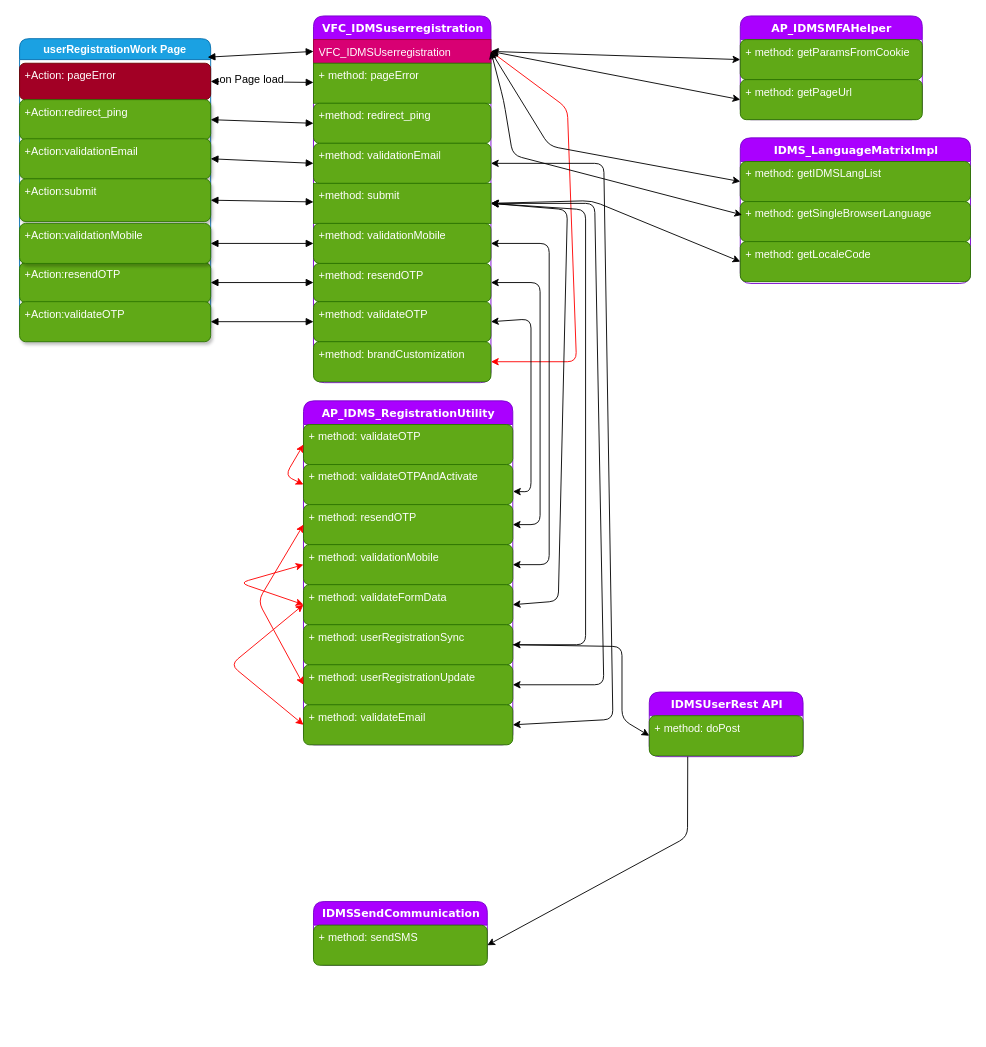
This is Registration Diagram B2B - Mobile.drawio from anoopijt/IDMS-Diagrams, a draw.io file, before an edit. Source tidied: cells renumbered, new cells numbered last; positions are measured from the earlier drawing's top-left corner, leaving out a move shared by most shapes. Both pictures are drawn from the tidied source at 91%, with x=0, y=0 at pixel (19, 15).
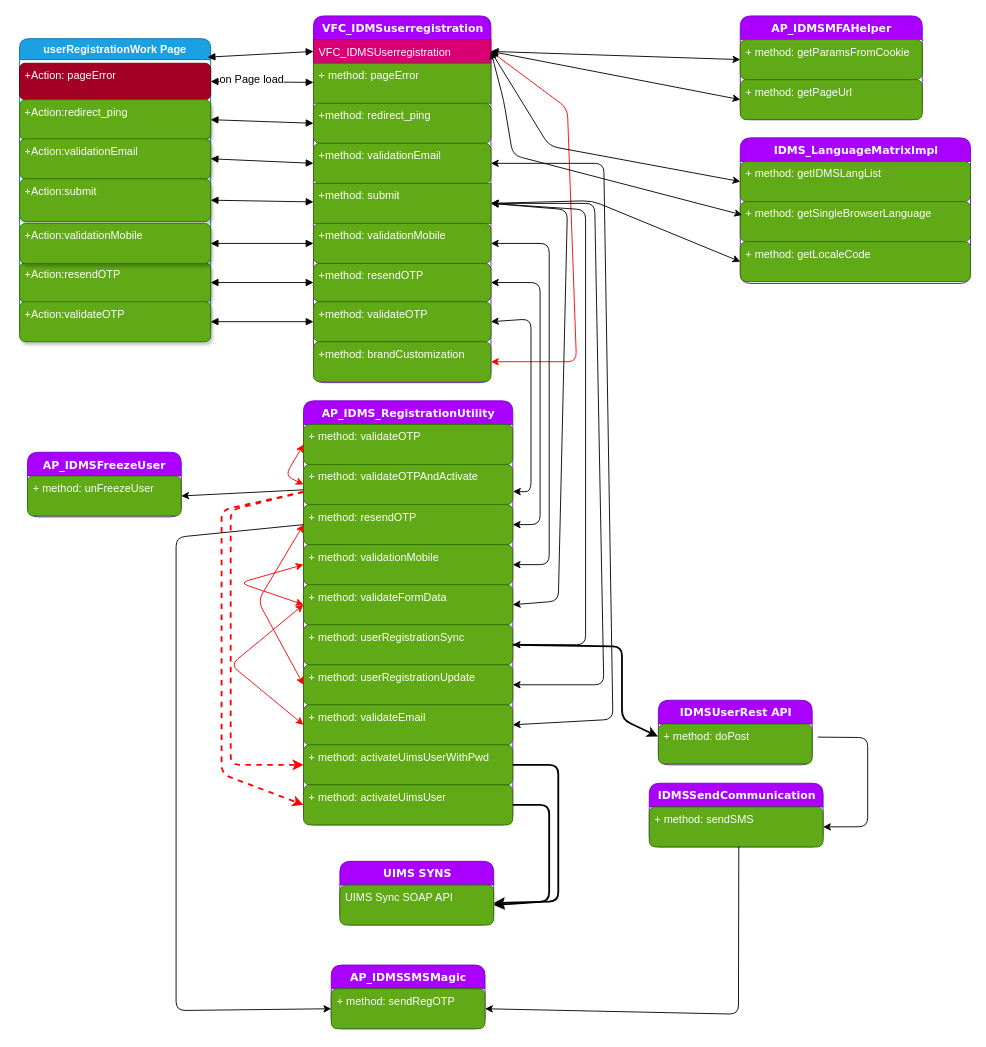
The same diagram, later.

Unchanged cells that the change refers to:
```xml
<mxCell id="41" value="+ method: validateOTPAndActivate" style="text;html=1;strokeColor=#2D7600;fillColor=#60a917;align=left;verticalAlign=top;spacingLeft=4;spacingRight=4;whiteSpace=wrap;overflow=hidden;points=[[0,0.5],[1,0.5]];portConstraint=eastwest;shadow=0;comic=0;fontColor=#ffffff;rounded=1;" parent="39" vertex="1">
  <mxGeometry y="70" width="230" height="44" as="geometry" />
</mxCell>
<mxCell id="42" value="+ method: resendOTP" style="text;html=1;strokeColor=#2D7600;fillColor=#60a917;align=left;verticalAlign=top;spacingLeft=4;spacingRight=4;whiteSpace=wrap;overflow=hidden;points=[[0,0.5],[1,0.5]];portConstraint=eastwest;shadow=0;comic=0;fontColor=#ffffff;rounded=1;" parent="39" vertex="1">
  <mxGeometry y="114" width="230" height="44" as="geometry" />
</mxCell>
<mxCell id="46" value="+ method: userRegistrationSync" style="text;html=1;strokeColor=#2D7600;fillColor=#60a917;align=left;verticalAlign=top;spacingLeft=4;spacingRight=4;whiteSpace=wrap;overflow=hidden;points=[[0,0.5],[1,0.5]];portConstraint=eastwest;shadow=0;comic=0;fontColor=#ffffff;rounded=1;" parent="39" vertex="1">
  <mxGeometry y="246" width="230" height="44" as="geometry" />
</mxCell>
<mxCell id="58" value="+ method: sendSMS" style="text;html=1;strokeColor=#2D7600;fillColor=#60a917;align=left;verticalAlign=top;spacingLeft=4;spacingRight=4;whiteSpace=wrap;overflow=hidden;points=[[0,0.5],[1,0.5]];portConstraint=eastwest;shadow=0;comic=0;fontColor=#ffffff;rounded=1;" parent="57" vertex="1">
  <mxGeometry y="26" width="191" height="44" as="geometry" />
</mxCell>
```

Change to the diagram source:
```diff
@@
     <mxCell id="39" value="AP_IDMS_RegistrationUtility" style="swimlane;html=1;fontStyle=1;align=center;verticalAlign=top;horizontal=1;startSize=26;swimlaneFillColor=#ffffff;rounded=1;shadow=0;comic=0;labelBackgroundColor=none;strokeColor=#7700CC;strokeWidth=1;fillColor=#aa00ff;fontFamily=Verdana;fontSize=12;fontColor=#ffffff;" parent="1" vertex="1">
-      <mxGeometry x="312" y="423" width="230" height="378" as="geometry" />
+      <mxGeometry x="312" y="423" width="230" height="466" as="geometry" />
     </mxCell>
@@
+    <mxCell id="69" value="+ method: activateUimsUserWithPwd" style="text;html=1;strokeColor=#2D7600;fillColor=#60a917;align=left;verticalAlign=top;spacingLeft=4;spacingRight=4;whiteSpace=wrap;overflow=hidden;points=[[0,0.5],[1,0.5]];portConstraint=eastwest;shadow=0;comic=0;fontColor=#ffffff;rounded=1;" parent="39" vertex="1">
+      <mxGeometry y="378" width="230" height="44" as="geometry" />
+    </mxCell>
+    <mxCell id="70" value="+ method: activateUimsUser" style="text;html=1;strokeColor=#2D7600;fillColor=#60a917;align=left;verticalAlign=top;spacingLeft=4;spacingRight=4;whiteSpace=wrap;overflow=hidden;points=[[0,0.5],[1,0.5]];portConstraint=eastwest;shadow=0;comic=0;fontColor=#ffffff;rounded=1;" parent="39" vertex="1">
+      <mxGeometry y="422" width="230" height="44" as="geometry" />
+    </mxCell>
@@
-    <mxCell id="55" value="IDMSUserRest API" style="swimlane;html=1;fontStyle=1;align=center;verticalAlign=top;horizontal=1;startSize=26;swimlaneFillColor=#ffffff;rounded=1;shadow=0;comic=0;labelBackgroundColor=none;strokeColor=#7700CC;strokeWidth=1;fillColor=#aa00ff;fontFamily=Verdana;fontSize=12;fontColor=#ffffff;" parent="1" vertex="1">
-      <mxGeometry x="692" y="743" width="169" height="71" as="geometry" />
+    <mxCell id="55" value="AP_IDMSFreezeUser" style="swimlane;html=1;fontStyle=1;align=center;verticalAlign=top;horizontal=1;startSize=26;swimlaneFillColor=#ffffff;rounded=1;shadow=0;comic=0;labelBackgroundColor=none;strokeColor=#7700CC;strokeWidth=1;fillColor=#aa00ff;fontFamily=Verdana;fontSize=12;fontColor=#ffffff;" parent="1" vertex="1">
+      <mxGeometry x="8.7" y="479.5" width="169" height="71" as="geometry" />
     </mxCell>
-    <mxCell id="56" value="+ method: doPost" style="text;html=1;strokeColor=#2D7600;fillColor=#60a917;align=left;verticalAlign=top;spacingLeft=4;spacingRight=4;whiteSpace=wrap;overflow=hidden;points=[[0,0.5],[1,0.5]];portConstraint=eastwest;shadow=0;comic=0;fontColor=#ffffff;rounded=1;" parent="55" vertex="1">
+    <mxCell id="56" value="+ method: unFreezeUser" style="text;html=1;strokeColor=#2D7600;fillColor=#60a917;align=left;verticalAlign=top;spacingLeft=4;spacingRight=4;whiteSpace=wrap;overflow=hidden;points=[[0,0.5],[1,0.5]];portConstraint=eastwest;shadow=0;comic=0;fontColor=#ffffff;rounded=1;" parent="55" vertex="1">
       <mxGeometry y="26" width="169" height="44" as="geometry" />
     </mxCell>
     <mxCell id="57" value="IDMSSendCommunication" style="swimlane;html=1;fontStyle=1;align=center;verticalAlign=top;horizontal=1;startSize=26;swimlaneFillColor=#ffffff;rounded=1;shadow=0;comic=0;labelBackgroundColor=none;strokeColor=#7700CC;strokeWidth=1;fillColor=#aa00ff;fontFamily=Verdana;fontSize=12;fontColor=#ffffff;" parent="1" vertex="1">
-      <mxGeometry x="323" y="973.2" width="191" height="70" as="geometry" />
+      <mxGeometry x="692" y="843.2" width="191" height="70" as="geometry" />
     </mxCell>
@@
-    <mxCell id="62" style="endArrow=classic;html=1;exitX=0.25;exitY=1;exitDx=0;exitDy=0;entryX=1;entryY=0.5;entryDx=0;entryDy=0;" parent="1" edge="1" source="55" target="58">
+    <mxCell id="62" style="endArrow=classic;html=1;exitX=1.036;exitY=0.33;exitDx=0;exitDy=0;entryX=1;entryY=0.5;entryDx=0;entryDy=0;strokeWidth=1;exitPerimeter=0;" parent="1" edge="1" source="72" target="58">
       <mxGeometry relative="1" as="geometry">
         <Array as="points">
-          <mxPoint x="734" y="902" />
+          <mxPoint x="932" y="793" />
+          <mxPoint x="932" y="891" />
         </Array>
       </mxGeometry>
     </mxCell>
@@
-    <mxCell id="68" style="endArrow=classic;html=1;exitX=1;exitY=0.5;exitDx=0;exitDy=0;entryX=0;entryY=0.5;entryDx=0;entryDy=0;" parent="1" edge="1" source="46" target="56">
+    <mxCell id="68" style="endArrow=classic;html=1;exitX=1;exitY=0.5;exitDx=0;exitDy=0;entryX=-0.003;entryY=0.313;entryDx=0;entryDy=0;strokeWidth=2;entryPerimeter=0;" parent="1" edge="1" source="46" target="72">
       <mxGeometry relative="1" as="geometry">
         <Array as="points">
           <mxPoint x="662" y="693" />
           <mxPoint x="662" y="773" />
         </Array>
       </mxGeometry>
     </mxCell>
+    <mxCell id="71" value="IDMSUserRest API" style="swimlane;html=1;fontStyle=1;align=center;verticalAlign=top;horizontal=1;startSize=26;swimlaneFillColor=#ffffff;rounded=1;shadow=0;comic=0;labelBackgroundColor=none;strokeColor=#7700CC;strokeWidth=1;fillColor=#aa00ff;fontFamily=Verdana;fontSize=12;fontColor=#ffffff;" parent="1" vertex="1">
+      <mxGeometry x="702" y="752" width="169" height="71" as="geometry" />
+    </mxCell>
+    <mxCell id="72" value="+ method: doPost" style="text;html=1;strokeColor=#2D7600;fillColor=#60a917;align=left;verticalAlign=top;spacingLeft=4;spacingRight=4;whiteSpace=wrap;overflow=hidden;points=[[0,0.5],[1,0.5]];portConstraint=eastwest;shadow=0;comic=0;fontColor=#ffffff;rounded=1;" parent="71" vertex="1">
+      <mxGeometry y="26" width="169" height="44" as="geometry" />
+    </mxCell>
+    <mxCell id="73" style="endArrow=classic;html=1;entryX=1;entryY=0.5;entryDx=0;entryDy=0;strokeWidth=1;" parent="1" edge="1" source="41" target="56">
+      <mxGeometry relative="1" as="geometry" />
+    </mxCell>
+    <mxCell id="74" style="endArrow=classic;html=1;strokeWidth=2;strokeColor=#FF0000;entryX=0;entryY=0.5;entryDx=0;entryDy=0;dashed=1;" parent="1" edge="1" target="69">
+      <mxGeometry relative="1" as="geometry">
+        <mxPoint x="312" y="523" as="sourcePoint" />
+        <Array as="points">
+          <mxPoint x="232" y="543" />
+          <mxPoint x="232" y="823" />
+        </Array>
+      </mxGeometry>
+    </mxCell>
+    <mxCell id="75" style="endArrow=classic;html=1;strokeWidth=2;strokeColor=#FF0000;entryX=0;entryY=0.5;entryDx=0;entryDy=0;dashed=1;" parent="1" edge="1" target="70">
+      <mxGeometry relative="1" as="geometry">
+        <mxPoint x="312" y="523" as="sourcePoint" />
+        <Array as="points">
+          <mxPoint x="222" y="543" />
+          <mxPoint x="222" y="833" />
+        </Array>
+      </mxGeometry>
+    </mxCell>
+    <mxCell id="76" value="UIMS SYNS" style="swimlane;html=1;fontStyle=1;align=center;verticalAlign=top;horizontal=1;startSize=26;swimlaneFillColor=#ffffff;rounded=1;shadow=0;comic=0;labelBackgroundColor=none;strokeColor=#7700CC;strokeWidth=1;fillColor=#aa00ff;fontFamily=Verdana;fontSize=12;fontColor=#ffffff;" parent="1" vertex="1">
+      <mxGeometry x="352" y="929" width="169" height="70" as="geometry" />
+    </mxCell>
+    <mxCell id="77" value="UIMS Sync SOAP API" style="text;html=1;strokeColor=#2D7600;fillColor=#60a917;align=left;verticalAlign=top;spacingLeft=4;spacingRight=4;whiteSpace=wrap;overflow=hidden;points=[[0,0.5],[1,0.5]];portConstraint=eastwest;shadow=0;comic=0;fontColor=#ffffff;rounded=1;" parent="76" vertex="1">
+      <mxGeometry y="26" width="169" height="44" as="geometry" />
+    </mxCell>
+    <mxCell id="78" style="endArrow=classic;html=1;exitX=1;exitY=0.5;exitDx=0;exitDy=0;strokeWidth=2;" parent="1" edge="1" source="69" target="77">
+      <mxGeometry relative="1" as="geometry">
+        <Array as="points">
+          <mxPoint x="592" y="823" />
+          <mxPoint x="592" y="973" />
+        </Array>
+      </mxGeometry>
+    </mxCell>
+    <mxCell id="79" style="endArrow=classic;html=1;exitX=1;exitY=0.5;exitDx=0;exitDy=0;strokeWidth=2;entryX=1;entryY=0.5;entryDx=0;entryDy=0;" parent="1" edge="1" source="70" target="77">
+      <mxGeometry relative="1" as="geometry">
+        <Array as="points">
+          <mxPoint x="582" y="867" />
+          <mxPoint x="582" y="973" />
+        </Array>
+      </mxGeometry>
+    </mxCell>
+    <mxCell id="80" value="AP_IDMSSMSMagic" style="swimlane;html=1;fontStyle=1;align=center;verticalAlign=top;horizontal=1;startSize=26;swimlaneFillColor=#ffffff;rounded=1;shadow=0;comic=0;labelBackgroundColor=none;strokeColor=#7700CC;strokeWidth=1;fillColor=#aa00ff;fontFamily=Verdana;fontSize=12;fontColor=#ffffff;" parent="1" vertex="1">
+      <mxGeometry x="342.5" y="1043" width="169" height="70" as="geometry" />
+    </mxCell>
+    <mxCell id="81" value="&lt;span style=&quot;white-space: normal&quot;&gt;+ method: sendRegOTP&lt;/span&gt;" style="text;html=1;strokeColor=#2D7600;fillColor=#60a917;align=left;verticalAlign=top;spacingLeft=4;spacingRight=4;whiteSpace=wrap;overflow=hidden;points=[[0,0.5],[1,0.5]];portConstraint=eastwest;shadow=0;comic=0;fontColor=#ffffff;rounded=1;" parent="80" vertex="1">
+      <mxGeometry y="26" width="169" height="44" as="geometry" />
+    </mxCell>
+    <mxCell id="82" style="endArrow=classic;html=1;strokeWidth=1;endFill=1;exitX=0;exitY=0.5;exitDx=0;exitDy=0;entryX=0;entryY=0.5;entryDx=0;entryDy=0;" parent="1" edge="1" source="42" target="81">
+      <mxGeometry relative="1" as="geometry">
+        <Array as="points">
+          <mxPoint x="172" y="573" />
+          <mxPoint x="172" y="1093" />
+        </Array>
+      </mxGeometry>
+    </mxCell>
+    <mxCell id="83" style="endArrow=classic;html=1;exitX=0.515;exitY=0.984;exitDx=0;exitDy=0;entryX=1;entryY=0.5;entryDx=0;entryDy=0;strokeWidth=1;exitPerimeter=0;" parent="1" edge="1" source="58" target="81">
+      <mxGeometry relative="1" as="geometry">
+        <Array as="points">
+          <mxPoint x="790" y="1097" />
+        </Array>
+      </mxGeometry>
+    </mxCell>
```
